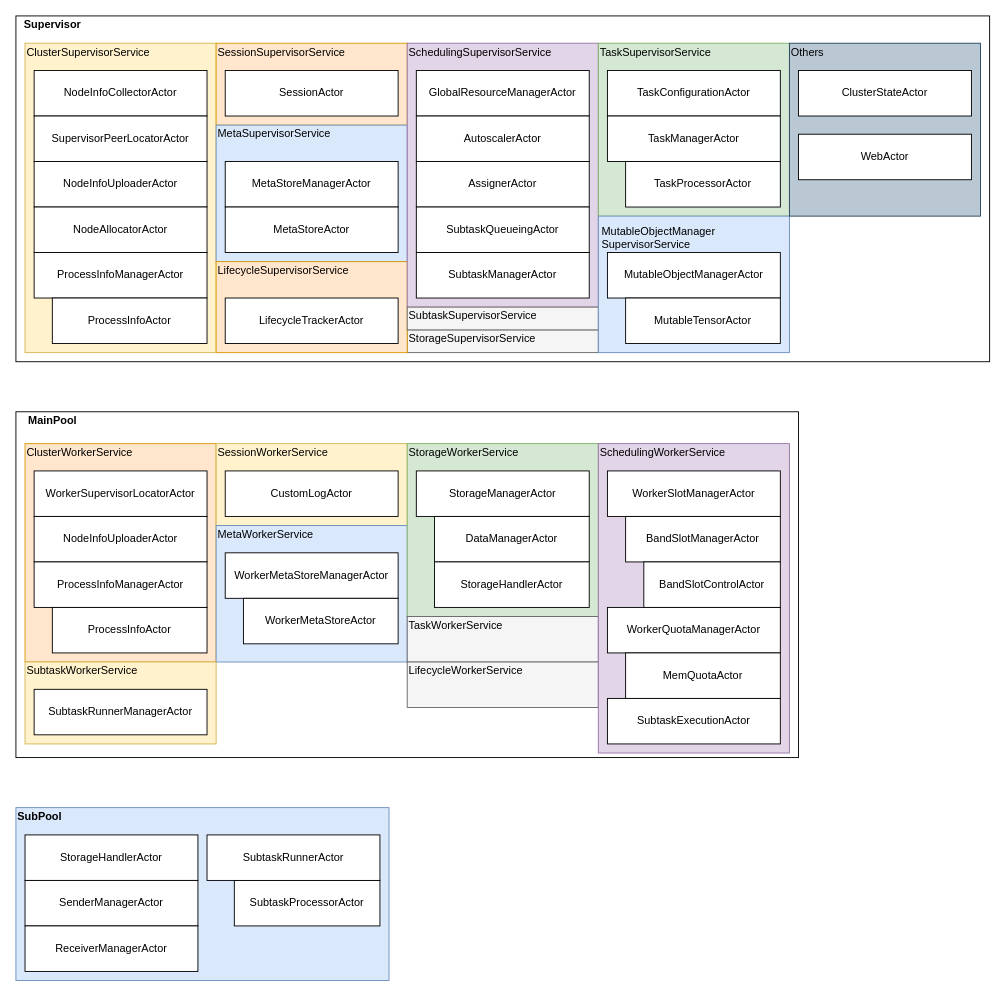
Above: graphs/mars_architecture_0.1.drawio in zhongchun/daily (draw.io), before the change. Source tidied: cells renumbered, new cells numbered last; positions are measured from the earlier drawing's top-left corner, leaving out a move shared by most shapes. Both pictures are drawn from the tidied source at 91%, with x=0, y=0 at pixel (15, 15).
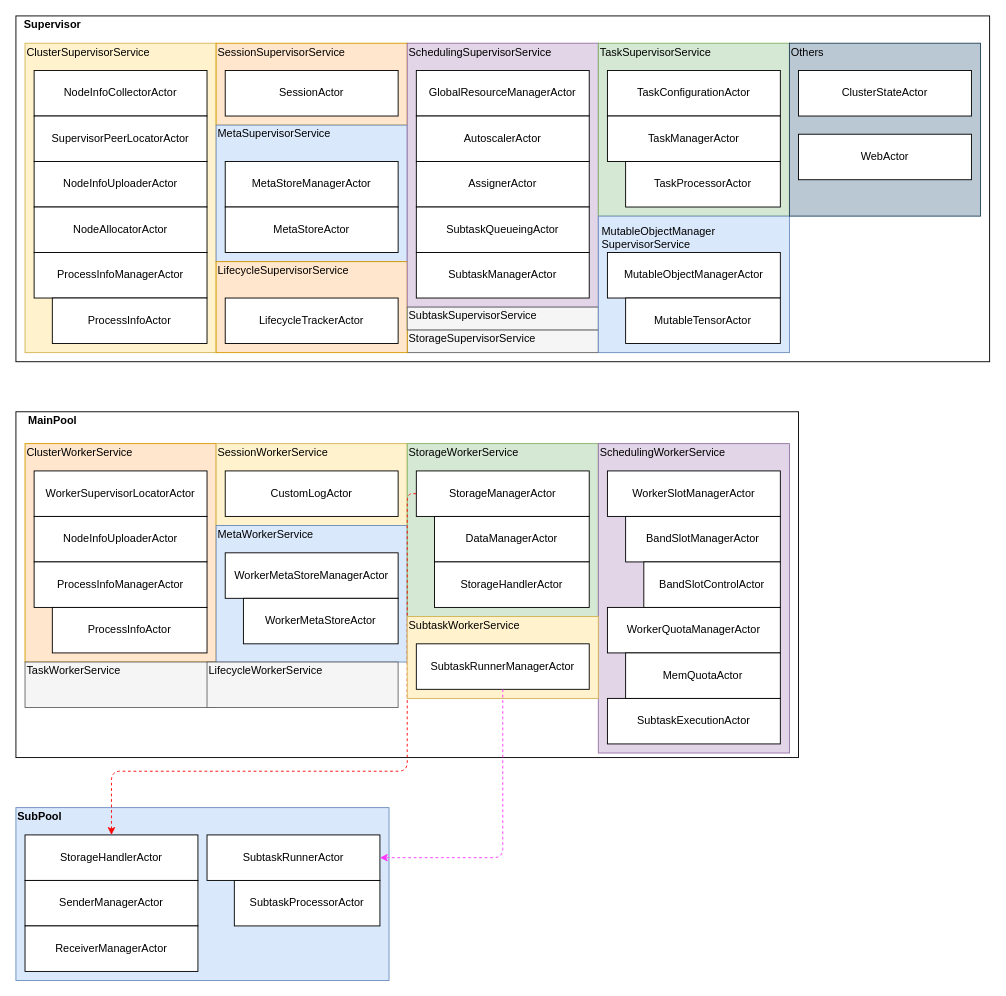
The same diagram, later.

Unchanged cells that the change refers to:
```xml
<mxCell id="56" value="StorageManagerActor" style="rounded=0;whiteSpace=wrap;html=1;" parent="1" vertex="1">
  <mxGeometry x="440" y="500" width="190" height="50" as="geometry" />
</mxCell>
<mxCell id="60" value="StorageHandlerActor" style="rounded=0;whiteSpace=wrap;html=1;" parent="1" vertex="1">
  <mxGeometry x="10" y="900" width="190" height="50" as="geometry" />
</mxCell>
<mxCell id="80" value="SubtaskRunnerActor" style="rounded=0;whiteSpace=wrap;html=1;" parent="1" vertex="1">
  <mxGeometry x="210" y="900" width="190" height="50" as="geometry" />
</mxCell>
```

The edit, as a diff of the source:
```diff
@@
-    <mxCell id="64" style="rounded=0;whiteSpace=wrap;html=1;fillColor=#f5f5f5;fontColor=#333333;strokeColor=#666666;" parent="1" vertex="1">
-      <mxGeometry x="430" y="660" width="210" height="50" as="geometry" />
-    </mxCell>
-    <mxCell id="65" value="TaskWorkerService" style="text;html=1;align=left;verticalAlign=middle;strokeColor=none;fillColor=none;" parent="1" vertex="1">
-      <mxGeometry x="430" y="660" width="120" height="20" as="geometry" />
-    </mxCell>
-    <mxCell id="66" style="rounded=0;whiteSpace=wrap;html=1;fillColor=#f5f5f5;fontColor=#333333;strokeColor=#666666;" parent="1" vertex="1">
-      <mxGeometry x="430" y="710" width="210" height="50" as="geometry" />
-    </mxCell>
-    <mxCell id="67" value="LifecycleWorkerService" style="text;html=1;align=left;verticalAlign=middle;strokeColor=none;fillColor=none;" parent="1" vertex="1">
-      <mxGeometry x="430" y="710" width="140" height="20" as="geometry" />
-    </mxCell>
@@
-    <mxCell id="76" style="rounded=0;whiteSpace=wrap;html=1;fillColor=#fff2cc;strokeColor=#d6b656;" parent="1" vertex="1">
-      <mxGeometry x="10" y="710" width="210" height="90" as="geometry" />
-    </mxCell>
-    <mxCell id="77" value="SubtaskWorkerService" style="text;html=1;align=left;verticalAlign=middle;strokeColor=none;fillColor=none;" parent="1" vertex="1">
-      <mxGeometry x="10" y="710" width="140" height="20" as="geometry" />
-    </mxCell>
-    <mxCell id="78" value="SubtaskRunnerManagerActor" style="rounded=0;whiteSpace=wrap;html=1;" parent="1" vertex="1">
-      <mxGeometry x="20" y="740" width="190" height="50" as="geometry" />
-    </mxCell>
@@
+    <mxCell id="88" style="endArrow=none;html=1;exitX=0.5;exitY=0;exitDx=0;exitDy=0;strokeColor=#FF0000;dashed=1;startArrow=classic;startFill=1;endFill=0;entryX=0;entryY=0.5;entryDx=0;entryDy=0;edgeStyle=orthogonalEdgeStyle;" parent="1" edge="1" source="60" target="56">
+      <mxGeometry relative="1" as="geometry">
+        <Array as="points">
+          <mxPoint x="105" y="830" />
+          <mxPoint x="430" y="830" />
+          <mxPoint x="430" y="525" />
+        </Array>
+      </mxGeometry>
+    </mxCell>
+    <mxCell id="89" style="rounded=0;whiteSpace=wrap;html=1;fillColor=#f5f5f5;fontColor=#333333;strokeColor=#666666;" parent="1" vertex="1">
+      <mxGeometry x="10" y="710" width="210" height="50" as="geometry" />
+    </mxCell>
+    <mxCell id="65" value="TaskWorkerService" style="text;html=1;align=left;verticalAlign=middle;strokeColor=none;fillColor=none;" parent="1" vertex="1">
+      <mxGeometry x="10" y="710" width="120" height="20" as="geometry" />
+    </mxCell>
+    <mxCell id="90" style="rounded=0;whiteSpace=wrap;html=1;fillColor=#f5f5f5;fontColor=#333333;strokeColor=#666666;" parent="1" vertex="1">
+      <mxGeometry x="210" y="710" width="210" height="50" as="geometry" />
+    </mxCell>
+    <mxCell id="67" value="LifecycleWorkerService" style="text;html=1;align=left;verticalAlign=middle;strokeColor=none;fillColor=none;" parent="1" vertex="1">
+      <mxGeometry x="210" y="710" width="140" height="20" as="geometry" />
+    </mxCell>
+    <mxCell id="91" style="rounded=0;whiteSpace=wrap;html=1;fillColor=#fff2cc;strokeColor=#d6b656;" parent="1" vertex="1">
+      <mxGeometry x="430" y="660" width="210" height="90" as="geometry" />
+    </mxCell>
+    <mxCell id="77" value="SubtaskWorkerService" style="text;html=1;align=left;verticalAlign=middle;strokeColor=none;fillColor=none;" parent="1" vertex="1">
+      <mxGeometry x="430" y="660" width="140" height="20" as="geometry" />
+    </mxCell>
+    <mxCell id="78" value="SubtaskRunnerManagerActor" style="rounded=0;whiteSpace=wrap;html=1;" parent="1" vertex="1">
+      <mxGeometry x="440" y="690" width="190" height="50" as="geometry" />
+    </mxCell>
+    <mxCell id="92" style="edgeStyle=elbowEdgeStyle;html=1;dashed=1;startArrow=none;startFill=0;endArrow=classic;endFill=1;strokeColor=#FF33FF;exitX=0.5;exitY=1;exitDx=0;exitDy=0;" parent="1" edge="1" source="78" target="80">
+      <mxGeometry relative="1" as="geometry">
+        <Array as="points">
+          <mxPoint x="535" y="840" />
+        </Array>
+      </mxGeometry>
+    </mxCell>
```
